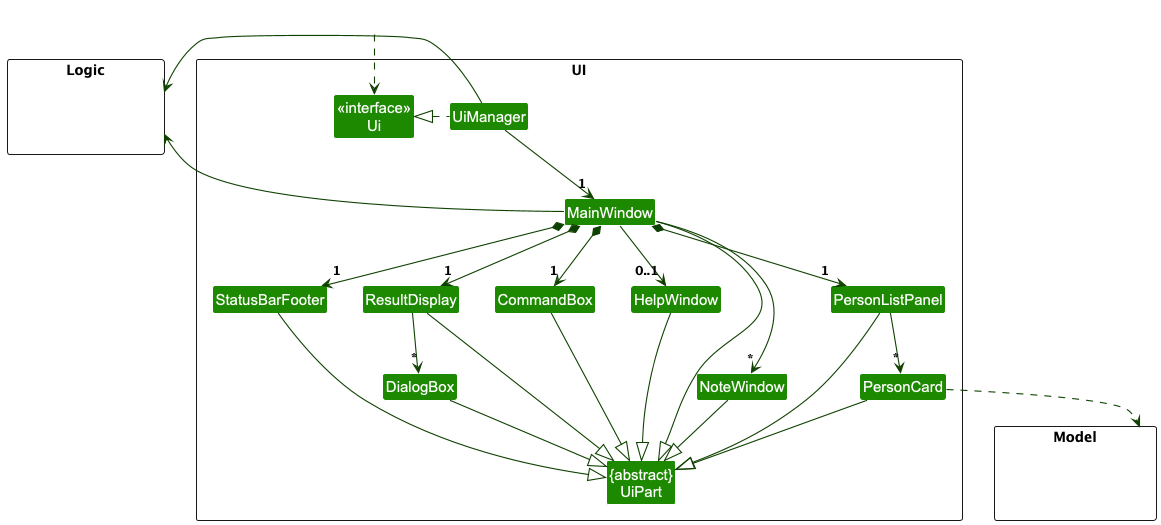
AY2425S2-CS2103T-W13-1/tp keeps this PlantUML diagram as docs/images/UiClassDiagram.png. Above is the earlier version.
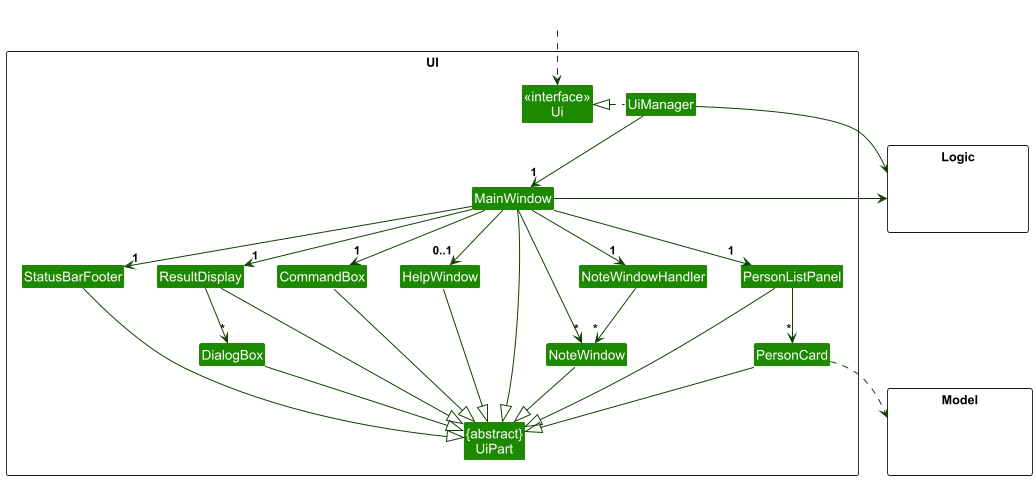
Later version of the same file.

The edit, as a diff of the source:
```diff
@@ -11,6 +11,7 @@
 Class MainWindow
 Class HelpWindow
 Class NoteWindow
+Class NoteWindowHandler
 Class ResultDisplay
 Class DialogBox
 Class PersonListPanel
@@ -32,17 +33,18 @@
 
 UiManager .left.|> Ui
 UiManager -down-> "1" MainWindow
-MainWindow *-down->  "1" CommandBox
-MainWindow *-down-> "1" ResultDisplay
-MainWindow *-down-> "1" PersonListPanel
-MainWindow *-down-> "1" StatusBarFooter
+MainWindow -down->  "1" CommandBox
+MainWindow -down-> "1" ResultDisplay
+MainWindow -down-> "1" StatusBarFooter
 MainWindow --> "0..1" HelpWindow
-MainWindow --> "*" NoteWindow
+MainWindow -down-> "*" NoteWindow
+MainWindow -down-> "1" NoteWindowHandler
+NoteWindowHandler -down-> "*" NoteWindow
 ResultDisplay -down-> "*" DialogBox
+MainWindow -left-|> UiPart
 
-PersonListPanel -down-> "*" PersonCard
-
-MainWindow -left-|> UiPart
+MainWindow -down-> "1" PersonListPanel
+PersonListPanel --> "*" PersonCard
 
 ResultDisplay --|> UiPart
 CommandBox --|> UiPart
```
